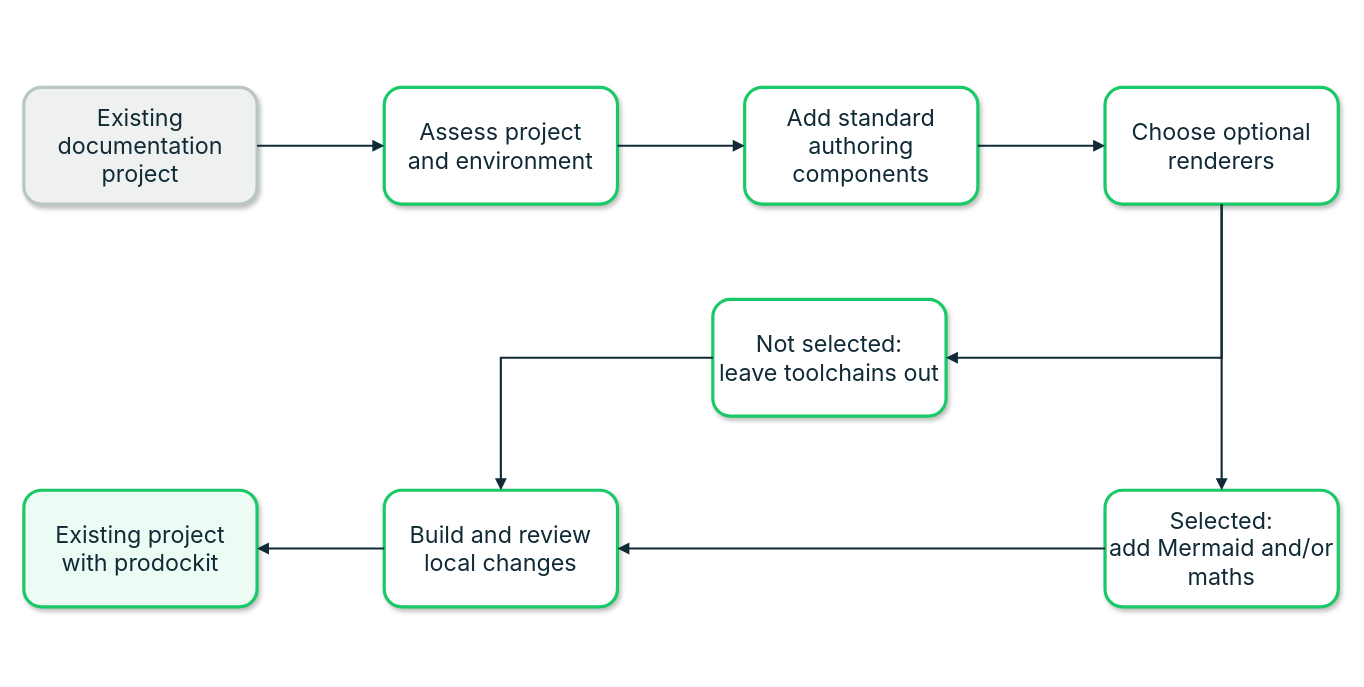
Earlier version of the draw.io diagram tools/documentation-diagrams/3.1-adoption-workflow.drawio (buckwem/prodockit-extensions). Source tidied: cells renumbered, new cells numbered last; positions are measured from the earlier drawing's top-left corner, leaving out a move shared by most shapes. Both pictures are drawn from the tidied source at 106%, with x=0, y=0 at pixel (23, 87).
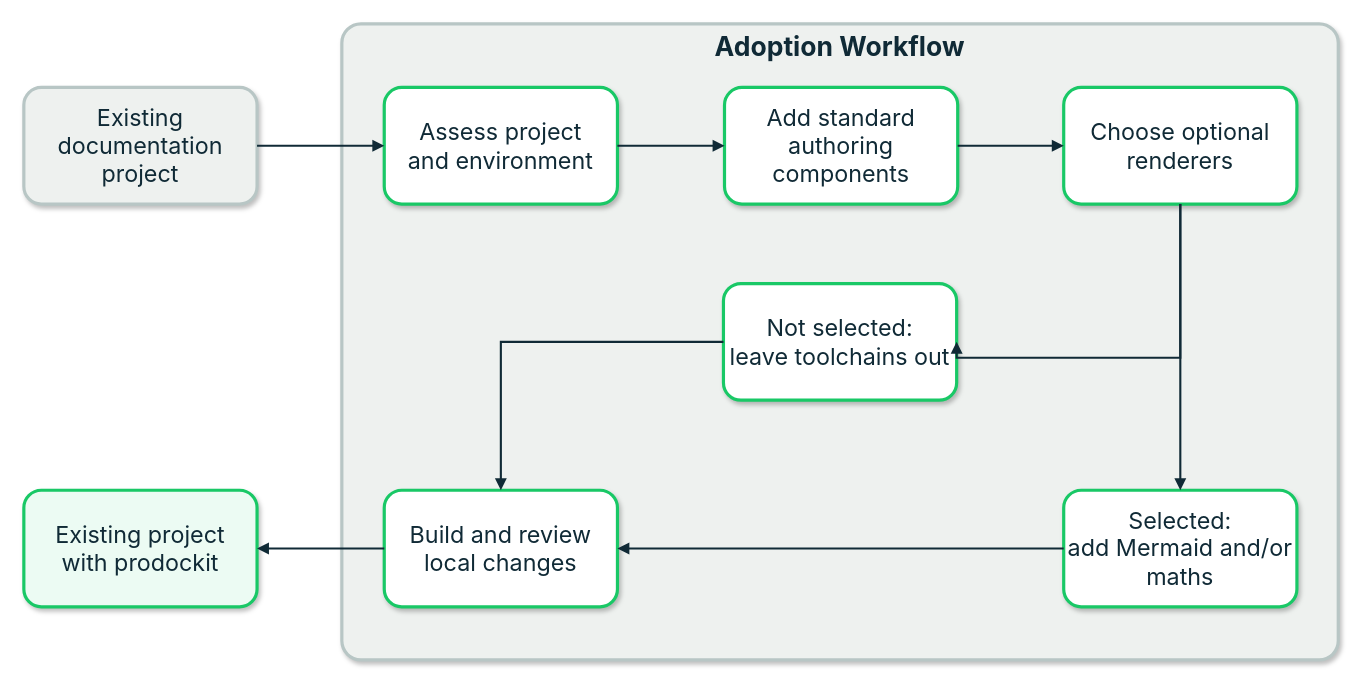
The same page after the edit.

Commit message (it also covers changes not shown here):
Clarify the adoption workflow boundary

Diff of the diagram source:
```diff
@@
+    <mxCell id="18" value="Adoption Workflow" style="rounded=1;whiteSpace=wrap;html=1;fillColor=#eef1ef;strokeColor=#b8c6c5;strokeWidth=3;fontColor=#102a36;fontSize=25;fontFamily=Inter;shadow=1;arcSize=3;imageHeight=24;verticalAlign=top;fontStyle=1;" parent="1" vertex="1">
+      <mxGeometry x="300" y="-60" width="940" height="600" as="geometry" />
+    </mxCell>
@@
     <mxCell id="4" value="Add standard&lt;br&gt;authoring components" style="rounded=1;whiteSpace=wrap;html=1;fillColor=#ffffff;strokeColor=#19c866;strokeWidth=3;fontColor=#102a36;fontSize=22;fontFamily=Inter;shadow=1;" parent="1" vertex="1">
-      <mxGeometry x="680" width="220" height="110" as="geometry" />
+      <mxGeometry x="661" width="220" height="110" as="geometry" />
     </mxCell>
     <mxCell id="5" value="Choose optional&lt;br&gt;renderers" style="rounded=1;whiteSpace=wrap;html=1;fillColor=#ffffff;strokeColor=#19c866;strokeWidth=3;fontColor=#102a36;fontSize=22;fontFamily=Inter;shadow=1;" parent="1" vertex="1">
-      <mxGeometry x="1020" width="220" height="110" as="geometry" />
+      <mxGeometry x="981" width="220" height="110" as="geometry" />
     </mxCell>
     <mxCell id="6" value="Not selected:&lt;br&gt;leave toolchains out" style="rounded=1;whiteSpace=wrap;html=1;fillColor=#ffffff;strokeColor=#19c866;strokeWidth=3;fontColor=#102a36;fontSize=22;fontFamily=Inter;shadow=1;" parent="1" vertex="1">
-      <mxGeometry x="650" y="200" width="220" height="110" as="geometry" />
+      <mxGeometry x="660" y="185" width="220" height="110" as="geometry" />
     </mxCell>
     <mxCell id="7" value="Selected:&lt;br&gt;add Mermaid and/or maths" style="rounded=1;whiteSpace=wrap;html=1;fillColor=#ffffff;strokeColor=#19c866;strokeWidth=3;fontColor=#102a36;fontSize=22;fontFamily=Inter;shadow=1;" parent="1" vertex="1">
-      <mxGeometry x="1020" y="380" width="220" height="110" as="geometry" />
+      <mxGeometry x="981" y="380" width="220" height="110" as="geometry" />
     </mxCell>
@@
-    <mxCell id="14" style="edgeStyle=orthogonalEdgeStyle;rounded=0;jettySize=auto;html=1;strokeColor=#102a36;strokeWidth=2;endArrow=block;endFill=1;fontSize=18;fontColor=#102a36;fontFamily=Inter;labelBackgroundColor=#ffffff;entryX=1;entryY=0.5;entryDx=0;entryDy=0;" parent="1" edge="1" source="5" target="6">
+    <mxCell id="14" style="edgeStyle=orthogonalEdgeStyle;rounded=0;jettySize=auto;html=1;strokeColor=#102a36;strokeWidth=2;endArrow=block;endFill=1;fontSize=18;fontColor=#102a36;fontFamily=Inter;labelBackgroundColor=#ffffff;entryX=1;entryY=0.5;entryDx=0;entryDy=0;exitX=0.5;exitY=1;exitDx=0;exitDy=0;" parent="1" edge="1" source="5" target="6">
       <mxGeometry relative="1" as="geometry">
         <Array as="points">
-          <mxPoint x="1130" y="255" />
+          <mxPoint x="1091" y="255" />
         </Array>
       </mxGeometry>
     </mxCell>
```
